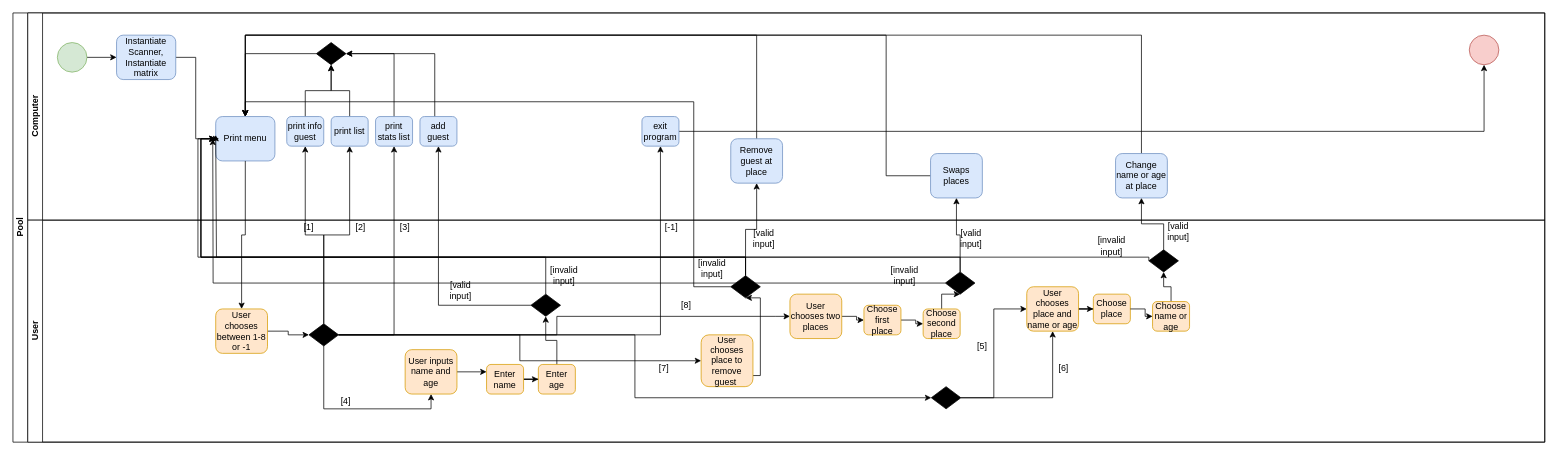
Above: Guest_list.drawio in Viktorvallmark/Task1DA339A (draw.io), before the change. Source tidied: cells renumbered, new cells numbered last; positions are measured from the earlier drawing's top-left corner, leaving out a move shared by most shapes. Both pictures are drawn from the tidied source at 74%, with x=0, y=0 at pixel (13, 13).
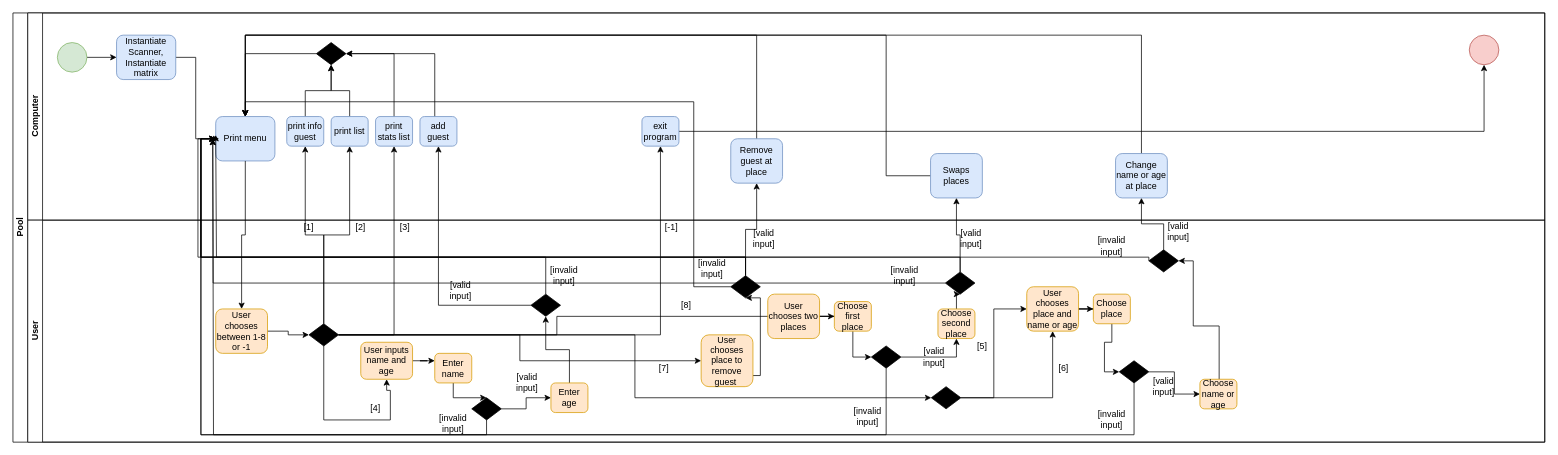
After the change.

The change refers to these unchanged cells:
```xml
<mxCell id="2" value="Pool" style="swimlane;html=1;horizontal=0;startSize=20;" parent="1" vertex="1">
  <mxGeometry width="2070" height="580" as="geometry" />
</mxCell>
<mxCell id="8" value="Print menu" style="rounded=1;whiteSpace=wrap;html=1;fontFamily=Helvetica;fontSize=12;align=center;glass=0;shadow=0;fillColor=#dae8fc;strokeColor=#6c8ebf;" parent="3" vertex="1">
  <mxGeometry x="254" y="140" width="80" height="60" as="geometry" />
</mxCell>
<mxCell id="41" value="User" style="swimlane;html=1;startSize=20;horizontal=0;" parent="2" vertex="1">
  <mxGeometry x="20" y="280" width="2050" height="300" as="geometry" />
</mxCell>
<mxCell id="48" style="rhombus;whiteSpace=wrap;html=1;fillColor=#000000;" parent="41" vertex="1">
  <mxGeometry x="380" y="140" width="40" height="30" as="geometry" />
</mxCell>
<mxCell id="65" value="Choose place" style="rounded=1;whiteSpace=wrap;html=1;fillColor=#ffe6cc;strokeColor=#d79b00;" parent="41" vertex="1">
  <mxGeometry x="1440" y="100" width="50" height="40" as="geometry" />
</mxCell>
<mxCell id="79" style="rhombus;whiteSpace=wrap;html=1;fillColor=#000000;" parent="41" vertex="1">
  <mxGeometry x="1515" y="40" width="40" height="30" as="geometry" />
</mxCell>
```

What changed in the source:
```diff
@@
     <mxCell id="44" style="edgeStyle=orthogonalEdgeStyle;rounded=0;jettySize=auto;html=1;entryX=0.5;entryY=1;entryDx=0;entryDy=0;" parent="41" edge="1" source="48" target="67">
       <mxGeometry relative="1" as="geometry">
         <Array as="points">
-          <mxPoint x="400" y="255" />
-          <mxPoint x="545" y="255" />
+          <mxPoint x="400" y="270" />
+          <mxPoint x="490" y="270" />
+          <mxPoint x="490" y="230" />
         </Array>
       </mxGeometry>
     </mxCell>
@@
     <mxCell id="52" value="[4]" style="text;html=1;align=center;verticalAlign=middle;whiteSpace=wrap;rounded=0;" parent="41" vertex="1">
-      <mxGeometry x="410" y="235" width="40" height="20" as="geometry" />
+      <mxGeometry x="450" y="245" width="40" height="20" as="geometry" />
     </mxCell>
@@
     <mxCell id="58" value="User chooses two places" style="rounded=1;whiteSpace=wrap;html=1;fillColor=#ffe6cc;strokeColor=#d79b00;" parent="41" vertex="1">
-      <mxGeometry x="1030" y="100" width="70" height="60" as="geometry" />
+      <mxGeometry x="1000" y="100" width="70" height="60" as="geometry" />
     </mxCell>
-    <mxCell id="59" style="edgeStyle=orthogonalEdgeStyle;rounded=0;jettySize=auto;html=1;entryX=0;entryY=0.5;entryDx=0;entryDy=0;" parent="41" edge="1" source="60" target="62">
-      <mxGeometry relative="1" as="geometry" />
-    </mxCell>
+    <mxCell id="96" style="edgeStyle=orthogonalEdgeStyle;rounded=0;jettySize=auto;html=1;entryX=0;entryY=0.5;entryDx=0;entryDy=0;" parent="41" edge="1" source="60" target="104">
+      <mxGeometry relative="1" as="geometry" />
+    </mxCell>
     <mxCell id="60" value="Choose first place" style="rounded=1;whiteSpace=wrap;html=1;fillColor=#ffe6cc;strokeColor=#d79b00;" parent="41" vertex="1">
-      <mxGeometry x="1130" y="115" width="50" height="40" as="geometry" />
+      <mxGeometry x="1090" y="110" width="50" height="40" as="geometry" />
     </mxCell>
@@
     <mxCell id="62" value="Choose second place" style="rounded=1;whiteSpace=wrap;html=1;fillColor=#ffe6cc;strokeColor=#d79b00;" parent="41" vertex="1">
-      <mxGeometry x="1210" y="120" width="50" height="40" as="geometry" />
+      <mxGeometry x="1230" y="120" width="50" height="40" as="geometry" />
     </mxCell>
@@
+    <mxCell id="97" style="edgeStyle=orthogonalEdgeStyle;rounded=0;jettySize=auto;html=1;entryX=0;entryY=0.5;entryDx=0;entryDy=0;" parent="41" edge="1" source="65" target="109">
+      <mxGeometry relative="1" as="geometry" />
+    </mxCell>
@@
     <mxCell id="67" value="User inputs name and age" style="rounded=1;whiteSpace=wrap;html=1;fillColor=#ffe6cc;strokeColor=#d79b00;" parent="41" vertex="1">
-      <mxGeometry x="510" y="175" width="70" height="60" as="geometry" />
+      <mxGeometry x="450" y="165" width="70" height="50" as="geometry" />
     </mxCell>
-    <mxCell id="68" style="edgeStyle=orthogonalEdgeStyle;rounded=0;jettySize=auto;html=1;" parent="41" edge="1" source="65" target="70">
-      <mxGeometry relative="1" as="geometry" />
-    </mxCell>
-    <mxCell id="69" style="edgeStyle=orthogonalEdgeStyle;rounded=0;jettySize=auto;html=1;entryX=0.5;entryY=1;entryDx=0;entryDy=0;" parent="41" edge="1" source="70" target="79">
-      <mxGeometry relative="1" as="geometry" />
+    <mxCell id="69" style="edgeStyle=orthogonalEdgeStyle;rounded=0;jettySize=auto;html=1;entryX=1;entryY=0.5;entryDx=0;entryDy=0;" parent="41" edge="1" source="70" target="79">
+      <mxGeometry relative="1" as="geometry">
+        <Array as="points">
+          <mxPoint x="1610" y="143" />
+          <mxPoint x="1575" y="143" />
+          <mxPoint x="1575" y="55" />
+        </Array>
+      </mxGeometry>
     </mxCell>
     <mxCell id="70" value="Choose name or age" style="rounded=1;whiteSpace=wrap;html=1;fillColor=#ffe6cc;strokeColor=#d79b00;" parent="41" vertex="1">
-      <mxGeometry x="1520" y="110" width="50" height="40" as="geometry" />
+      <mxGeometry x="1584" y="215" width="50" height="40" as="geometry" />
     </mxCell>
-    <mxCell id="71" style="edgeStyle=orthogonalEdgeStyle;rounded=0;jettySize=auto;html=1;entryX=0;entryY=0.5;entryDx=0;entryDy=0;" parent="41" edge="1" source="72" target="74">
-      <mxGeometry relative="1" as="geometry" />
-    </mxCell>
+    <mxCell id="98" style="edgeStyle=orthogonalEdgeStyle;rounded=0;jettySize=auto;html=1;entryX=0.5;entryY=0;entryDx=0;entryDy=0;" parent="41" edge="1" source="72" target="100">
+      <mxGeometry relative="1" as="geometry" />
+    </mxCell>
     <mxCell id="72" value="Enter name" style="rounded=1;whiteSpace=wrap;html=1;fillColor=#ffe6cc;strokeColor=#d79b00;" parent="41" vertex="1">
-      <mxGeometry x="620" y="195" width="50" height="40" as="geometry" />
+      <mxGeometry x="550" y="180" width="50" height="40" as="geometry" />
     </mxCell>
@@
     <mxCell id="74" value="Enter age" style="rounded=1;whiteSpace=wrap;html=1;fillColor=#ffe6cc;strokeColor=#d79b00;" parent="41" vertex="1">
-      <mxGeometry x="690" y="195" width="50" height="40" as="geometry" />
+      <mxGeometry x="707" y="220" width="50" height="40" as="geometry" />
     </mxCell>
@@
+    <mxCell id="99" style="edgeStyle=orthogonalEdgeStyle;rounded=0;jettySize=auto;html=1;entryX=0;entryY=0.5;entryDx=0;entryDy=0;" parent="41" edge="1" source="100" target="74">
+      <mxGeometry relative="1" as="geometry" />
+    </mxCell>
+    <mxCell id="100" style="rhombus;whiteSpace=wrap;html=1;fillColor=#000000;" parent="41" vertex="1">
+      <mxGeometry x="600" y="240" width="40" height="30" as="geometry" />
+    </mxCell>
+    <mxCell id="101" value="[valid input]" style="text;html=1;align=center;verticalAlign=middle;whiteSpace=wrap;rounded=0;" parent="41" vertex="1">
+      <mxGeometry x="650" y="205" width="50" height="30" as="geometry" />
+    </mxCell>
+    <mxCell id="102" value="[invalid input]" style="text;html=1;align=center;verticalAlign=middle;whiteSpace=wrap;rounded=0;" parent="41" vertex="1">
+      <mxGeometry x="550" y="260" width="50" height="30" as="geometry" />
+    </mxCell>
+    <mxCell id="103" style="edgeStyle=orthogonalEdgeStyle;rounded=0;jettySize=auto;html=1;entryX=0.5;entryY=1;entryDx=0;entryDy=0;" parent="41" edge="1" source="104" target="62">
+      <mxGeometry relative="1" as="geometry" />
+    </mxCell>
+    <mxCell id="104" style="rhombus;whiteSpace=wrap;html=1;strokeColor=#000000;fillColor=#000000;" parent="41" vertex="1">
+      <mxGeometry x="1140" y="170" width="40" height="30" as="geometry" />
+    </mxCell>
+    <mxCell id="105" value="[valid input]" style="text;html=1;align=center;verticalAlign=middle;whiteSpace=wrap;rounded=0;" parent="41" vertex="1">
+      <mxGeometry x="1200" y="170" width="50" height="30" as="geometry" />
+    </mxCell>
+    <mxCell id="106" value="[invalid input]" style="text;html=1;align=center;verticalAlign=middle;whiteSpace=wrap;rounded=0;" parent="41" vertex="1">
+      <mxGeometry x="1110" y="250" width="50" height="30" as="geometry" />
+    </mxCell>
+    <mxCell id="107" style="edgeStyle=orthogonalEdgeStyle;rounded=0;jettySize=auto;html=1;entryX=0;entryY=0.5;entryDx=0;entryDy=0;" parent="41" edge="1" source="109" target="70">
+      <mxGeometry relative="1" as="geometry" />
+    </mxCell>
+    <mxCell id="108" style="edgeStyle=orthogonalEdgeStyle;rounded=0;jettySize=auto;html=1;" parent="41" edge="1" source="109">
+      <mxGeometry relative="1" as="geometry">
+        <mxPoint x="250" y="-110" as="targetPoint" />
+        <Array as="points">
+          <mxPoint x="1495" y="290" />
+          <mxPoint x="251" y="290" />
+        </Array>
+      </mxGeometry>
+    </mxCell>
+    <mxCell id="109" style="rhombus;whiteSpace=wrap;html=1;fillColor=#000000;" parent="41" vertex="1">
+      <mxGeometry x="1475" y="190" width="40" height="30" as="geometry" />
+    </mxCell>
+    <mxCell id="110" value="[valid input]" style="text;html=1;align=center;verticalAlign=middle;whiteSpace=wrap;rounded=0;" parent="41" vertex="1">
+      <mxGeometry x="1510" y="210" width="50" height="30" as="geometry" />
+    </mxCell>
+    <mxCell id="111" value="[invalid input]" style="text;html=1;align=center;verticalAlign=middle;whiteSpace=wrap;rounded=0;" parent="41" vertex="1">
+      <mxGeometry x="1440" y="255" width="50" height="30" as="geometry" />
+    </mxCell>
+    <mxCell id="112" style="edgeStyle=orthogonalEdgeStyle;rounded=0;jettySize=auto;html=1;entryX=0;entryY=0.5;entryDx=0;entryDy=0;" parent="2" edge="1" source="100" target="8">
+      <mxGeometry relative="1" as="geometry">
+        <Array as="points">
+          <mxPoint x="640" y="570" />
+          <mxPoint x="254" y="570" />
+          <mxPoint x="254" y="170" />
+        </Array>
+      </mxGeometry>
+    </mxCell>
+    <mxCell id="113" style="edgeStyle=orthogonalEdgeStyle;rounded=0;jettySize=auto;html=1;entryX=0;entryY=0.5;entryDx=0;entryDy=0;" parent="2" edge="1" source="104" target="8">
+      <mxGeometry relative="1" as="geometry">
+        <Array as="points">
+          <mxPoint x="1180" y="570" />
+          <mxPoint x="254" y="570" />
+          <mxPoint x="254" y="170" />
+        </Array>
+      </mxGeometry>
+    </mxCell>
```
